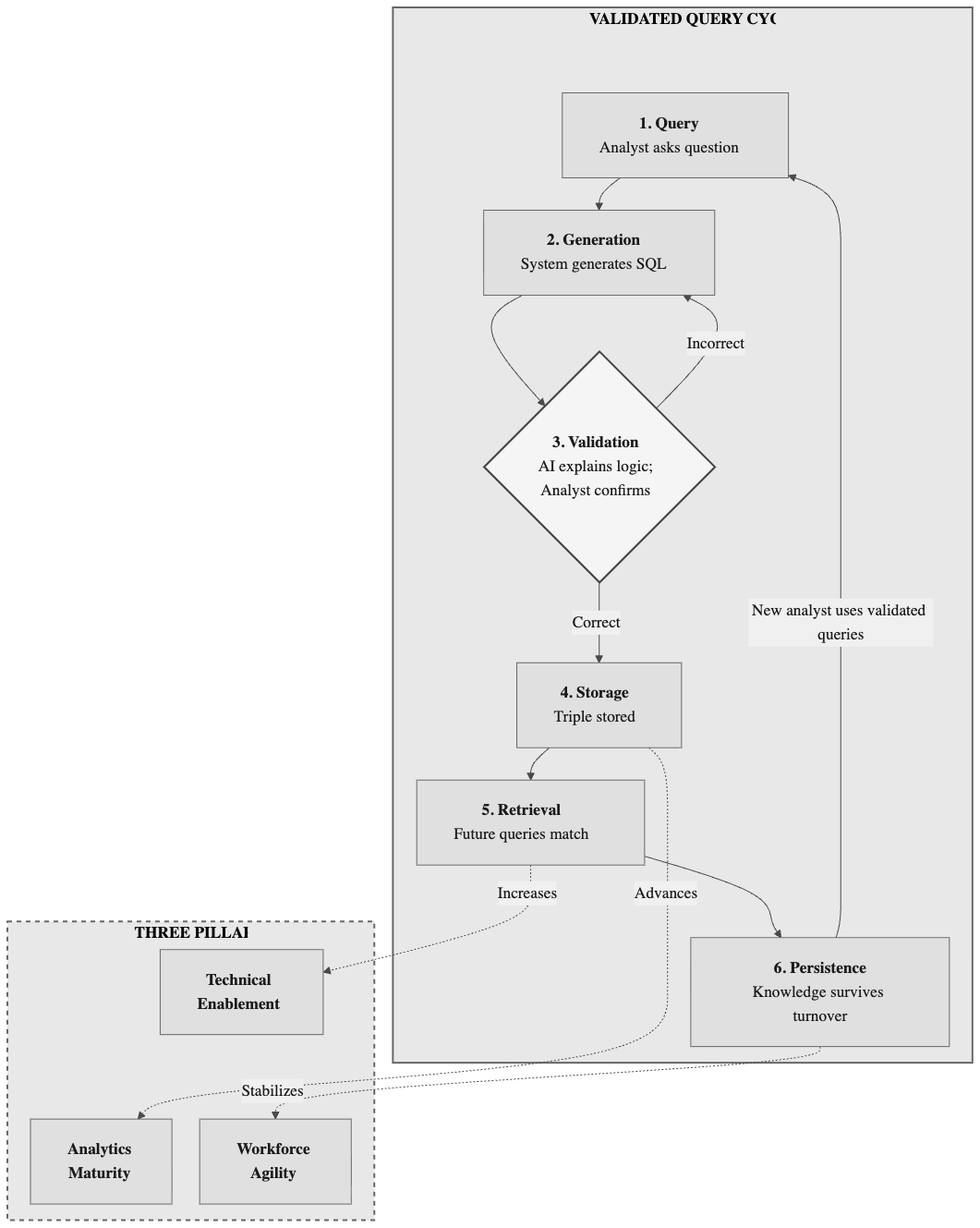
stharrold/yuimedi-paper-20250901 keeps this Mermaid diagram as figures/knowledge-cycle.mmd.png. Above is the earlier version. Its source is kept beside it as figures/knowledge-cycle.mmd.
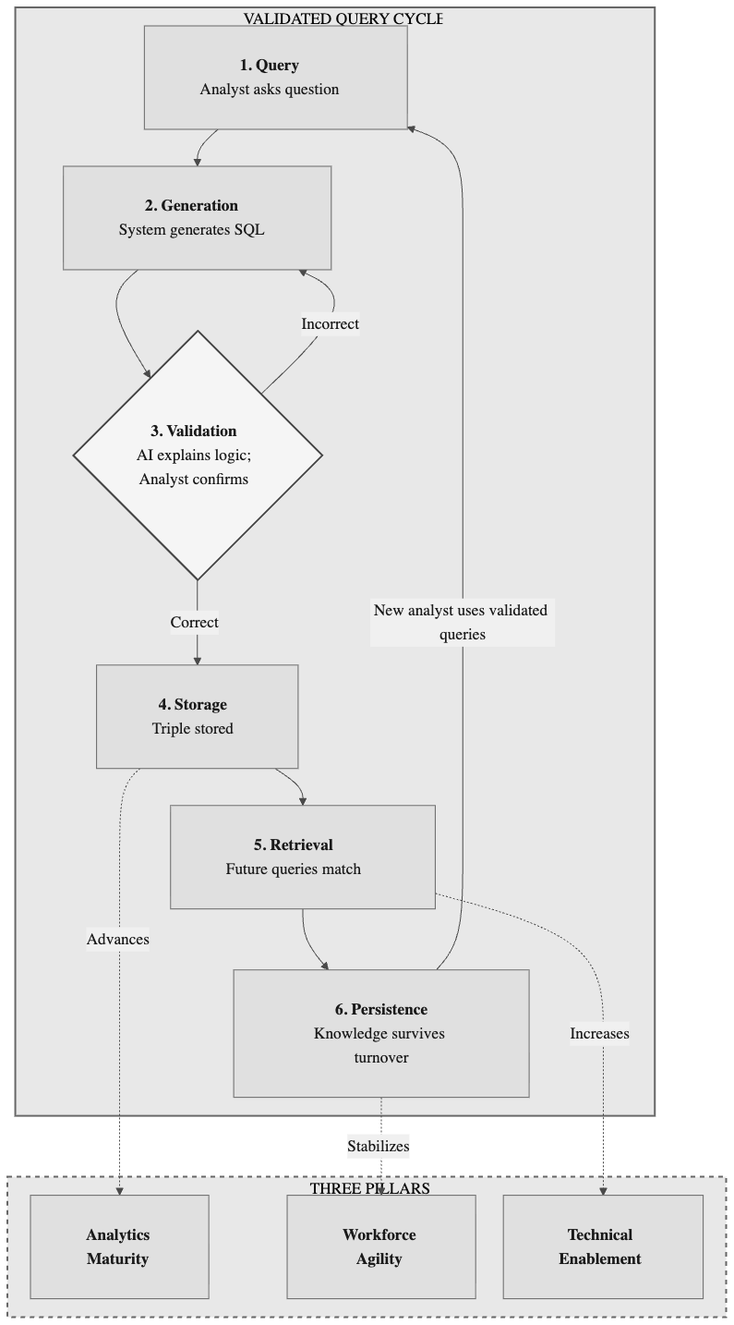
After the commit.

Commit message:
fix(paper): Figure 2 fix truncated subgraph titles and spacing

What changed in the source:
```diff
@@ -1,9 +1,7 @@
-%%{init: {'theme': 'base', 'flowchart': {'useMaxWidth': false, 'markdownAutoWrap': false, 'nodeSpacing': 30, 'rankSpacing': 35, 'padding': 20}, 'themeVariables': { 'primaryColor': '#e0e0e0', 'primaryTextColor': '#1a1a1a', 'primaryBorderColor': '#666', 'lineColor': '#4a4a4a', 'secondaryColor': '#f0f0f0', 'tertiaryColor': '#fafafa', 'fontFamily': 'Arial, sans-serif', 'fontSize': '13pt'}}}%%
+%%{init: {'theme': 'base', 'flowchart': {'useMaxWidth': false, 'markdownAutoWrap': false, 'nodeSpacing': 30, 'rankSpacing': 40, 'padding': 30}, 'themeVariables': { 'primaryColor': '#e0e0e0', 'primaryTextColor': '#1a1a1a', 'primaryBorderColor': '#666', 'lineColor': '#4a4a4a', 'secondaryColor': '#f0f0f0', 'tertiaryColor': '#fafafa', 'fontFamily': 'Arial, sans-serif', 'fontSize': '13pt'}}}%%
 flowchart TB
 
-    subgraph CYCLE["<b>VALIDATED QUERY CYCLE</b>"]
-        direction TB
-        CYCLE_PAD[ ] ~~~ Q
+    subgraph CYCLE["&nbsp; &nbsp; VALIDATED QUERY CYCLE &nbsp; &nbsp;"]
         Q["<b>1. Query</b><br/>Analyst asks question"]
         G["<b>2. Generation</b><br/>System generates SQL"]
         V{"<b>3. Validation</b><br/>AI explains logic;<br/>Analyst confirms"}
@@ -12,9 +10,8 @@
         P["<b>6. Persistence</b><br/>Knowledge survives turnover"]
     end
 
-    subgraph PILLARS["<b>THREE PILLARS</b>"]
+    subgraph PILLARS["&nbsp; &nbsp; THREE PILLARS &nbsp; &nbsp;"]
         direction LR
-        PILLARS_PAD[ ] ~~~ M
         M["<b>Analytics<br/>Maturity</b>"]
         T["<b>Workforce<br/>Agility</b>"]
         B["<b>Technical<br/>Enablement</b>"]
@@ -32,8 +29,6 @@
     classDef group fill:#e8e8e8,stroke:#666,stroke-width:2px
     classDef dashedGroup fill:#e8e8e8,stroke:#666,stroke-width:2px,stroke-dasharray:5 5
     classDef decision fill:#f5f5f5,stroke:#444,stroke-width:2px
-    classDef invisible fill:none,stroke:none,color:transparent
     class CYCLE group
     class PILLARS dashedGroup
     class V decision
-    class CYCLE_PAD,PILLARS_PAD invisible
```
